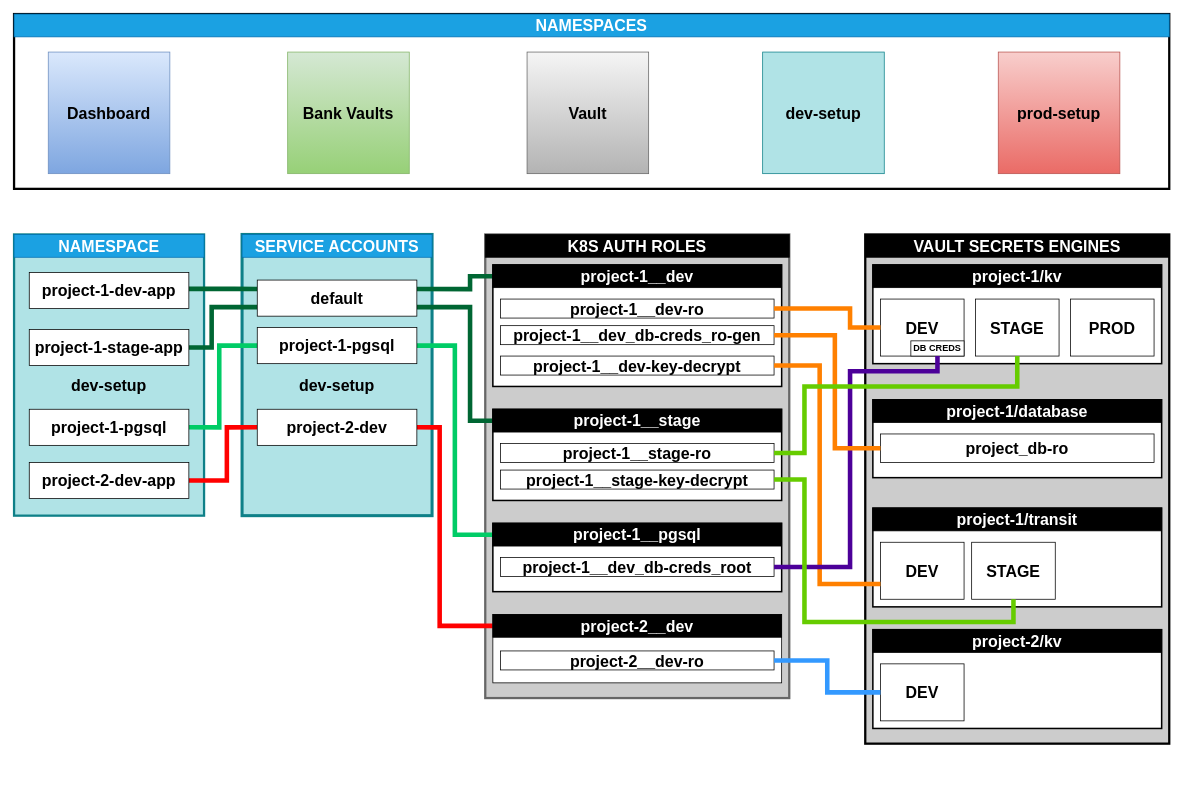
yura-shutkin/k8s-secrets-management keeps this draw.io diagram as docs/schemes/dev-setup.drawio. Above is the earlier version. Source tidied: cells renumbered, new cells numbered last; positions are measured from the earlier drawing's top-left corner, leaving out a move shared by most shapes. Both pictures are drawn from the tidied source at 76%, with x=0, y=0 at pixel (14, 14).
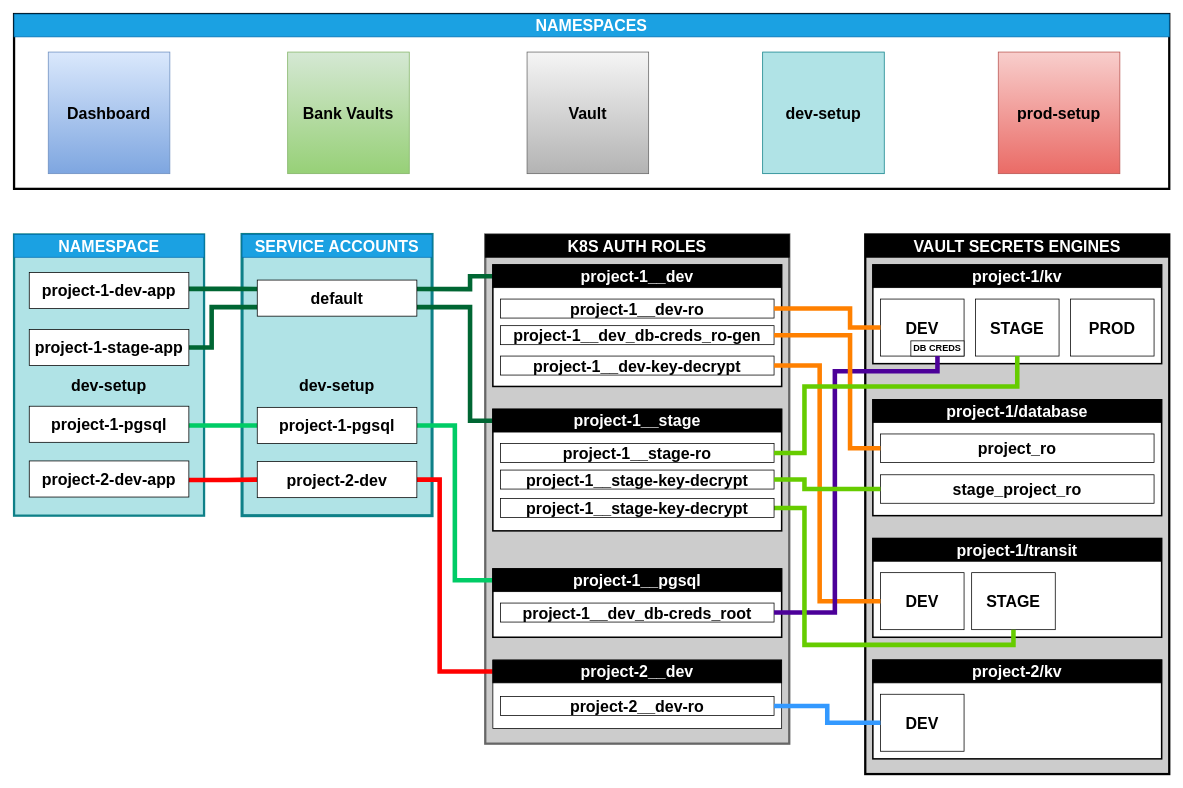
The same page after the edit.

Unchanged cells that the change refers to:
```xml
<mxCell id="26" value="DB CREDS" style="rounded=0;whiteSpace=wrap;html=1;fontStyle=1;" parent="1" vertex="1">
  <mxGeometry x="1180" y="430" width="70" height="20" as="geometry" />
</mxCell>
<mxCell id="43" value="project-1__dev_db-creds_ro-gen" style="rounded=0;whiteSpace=wrap;html=1;fontStyle=1;fontSize=21;" parent="1" vertex="1">
  <mxGeometry x="640" y="410" width="360" height="25" as="geometry" />
</mxCell>
<mxCell id="45" value="&lt;span class=&quot;pl-s&quot;&gt;project-1__stage-key-decrypt&lt;span class=&quot;pl-pds&quot;&gt;&lt;/span&gt;&lt;/span&gt;" style="rounded=0;whiteSpace=wrap;html=1;fontStyle=1;fontSize=21;" parent="1" vertex="1">
  <mxGeometry x="640" y="600" width="360" height="25" as="geometry" />
</mxCell>
<mxCell id="59" value="&lt;span class=&quot;pl-s&quot;&gt;project-1__dev-key-decrypt&lt;span class=&quot;pl-pds&quot;&gt;&lt;/span&gt;&lt;/span&gt;" style="rounded=0;whiteSpace=wrap;html=1;fontStyle=1;fontSize=21;" parent="1" vertex="1">
  <mxGeometry x="640" y="450" width="360" height="25" as="geometry" />
</mxCell>
```

The edit, as a diff of the source:
```diff
@@
     <mxCell id="12" style="rounded=0;whiteSpace=wrap;html=1;strokeWidth=3;fillColor=#CCCCCC;" parent="1" vertex="1">
-      <mxGeometry x="1120" y="290" width="400" height="670" as="geometry" />
+      <mxGeometry x="1120" y="290" width="400" height="710" as="geometry" />
     </mxCell>
@@
     <mxCell id="19" style="rounded=0;whiteSpace=wrap;html=1;strokeWidth=2;" parent="1" vertex="1">
-      <mxGeometry x="1130" y="810" width="380" height="130" as="geometry" />
+      <mxGeometry x="1130" y="850" width="380" height="130" as="geometry" />
     </mxCell>
     <mxCell id="20" value="project-2/kv" style="rounded=0;whiteSpace=wrap;html=1;fillColor=#000000;fontStyle=1;fontSize=21;fontColor=#FFFFFF;" parent="1" vertex="1">
-      <mxGeometry x="1130" y="810" width="380" height="30" as="geometry" />
+      <mxGeometry x="1130" y="850" width="380" height="30" as="geometry" />
     </mxCell>
     <mxCell id="21" value="DEV" style="rounded=0;whiteSpace=wrap;html=1;fontStyle=1;fontSize=21;" parent="1" vertex="1">
-      <mxGeometry x="1140" y="855" width="110" height="75" as="geometry" />
+      <mxGeometry x="1140" y="895" width="110" height="75" as="geometry" />
     </mxCell>
     <mxCell id="22" style="rounded=0;whiteSpace=wrap;html=1;strokeWidth=2;" parent="1" vertex="1">
-      <mxGeometry x="1130" y="650" width="380" height="130" as="geometry" />
+      <mxGeometry x="1130" y="690" width="380" height="130" as="geometry" />
     </mxCell>
     <mxCell id="23" value="project-1/transit" style="rounded=0;whiteSpace=wrap;html=1;fontStyle=1;fillColor=#000000;fontColor=#FFFFFF;fontSize=21;" parent="1" vertex="1">
-      <mxGeometry x="1130" y="650" width="380" height="30" as="geometry" />
+      <mxGeometry x="1130" y="690" width="380" height="30" as="geometry" />
     </mxCell>
     <mxCell id="24" value="DEV" style="rounded=0;whiteSpace=wrap;html=1;fontStyle=1;fontSize=21;" parent="1" vertex="1">
-      <mxGeometry x="1140" y="695" width="110" height="75" as="geometry" />
+      <mxGeometry x="1140" y="735" width="110" height="75" as="geometry" />
     </mxCell>
     <mxCell id="25" value="STAGE" style="rounded=0;whiteSpace=wrap;html=1;fontStyle=1;fontSize=21;" parent="1" vertex="1">
-      <mxGeometry x="1260" y="695" width="110" height="75" as="geometry" />
+      <mxGeometry x="1260" y="735" width="110" height="75" as="geometry" />
     </mxCell>
@@
     <mxCell id="28" style="rounded=0;whiteSpace=wrap;html=1;strokeWidth=3;strokeColor=#666666;fontColor=#333333;fillColor=#CCCCCC;" parent="1" vertex="1">
-      <mxGeometry x="620" y="290" width="400" height="610" as="geometry" />
+      <mxGeometry x="620" y="290" width="400" height="670" as="geometry" />
     </mxCell>
@@
     <mxCell id="35" style="rounded=0;whiteSpace=wrap;html=1;strokeWidth=2;" parent="1" vertex="1">
-      <mxGeometry x="630" y="520" width="380" height="120" as="geometry" />
+      <mxGeometry x="630" y="520" width="380" height="160" as="geometry" />
     </mxCell>
@@
     <mxCell id="37" style="edgeStyle=orthogonalEdgeStyle;rounded=0;jettySize=auto;html=1;exitX=0;exitY=0.5;exitDx=0;exitDy=0;entryX=1;entryY=0.5;entryDx=0;entryDy=0;fontSize=21;fontColor=#FFFFFF;endArrow=none;endFill=0;strokeWidth=6;strokeColor=#00CC66;" parent="1" edge="1" source="39" target="56">
       <mxGeometry relative="1" as="geometry">
         <Array as="points">
-          <mxPoint x="580" y="685" />
-          <mxPoint x="580" y="436" />
+          <mxPoint x="580" y="745" />
+          <mxPoint x="580" y="541" />
         </Array>
       </mxGeometry>
     </mxCell>
     <mxCell id="38" style="rounded=0;whiteSpace=wrap;html=1;strokeWidth=2;" parent="1" vertex="1">
-      <mxGeometry x="630" y="670" width="380" height="90" as="geometry" />
+      <mxGeometry x="630" y="730" width="380" height="90" as="geometry" />
     </mxCell>
     <mxCell id="39" value="project-1__pgsql" style="rounded=0;whiteSpace=wrap;html=1;fillColor=#000000;fontStyle=1;fontSize=21;fontColor=#FFFFFF;" parent="1" vertex="1">
-      <mxGeometry x="630" y="670" width="380" height="30" as="geometry" />
+      <mxGeometry x="630" y="730" width="380" height="30" as="geometry" />
     </mxCell>
     <mxCell id="40" style="edgeStyle=orthogonalEdgeStyle;rounded=0;jettySize=auto;html=1;exitX=0;exitY=0.5;exitDx=0;exitDy=0;entryX=1;entryY=0.5;entryDx=0;entryDy=0;fontSize=21;fontColor=#FFFFFF;endArrow=none;endFill=0;strokeWidth=6;strokeColor=#FF0000;" parent="1" edge="1" source="42" target="58">
       <mxGeometry relative="1" as="geometry">
         <Array as="points">
-          <mxPoint x="560" y="805" />
-          <mxPoint x="560" y="544" />
+          <mxPoint x="560" y="865" />
+          <mxPoint x="560" y="613" />
         </Array>
       </mxGeometry>
     </mxCell>
     <mxCell id="41" style="rounded=0;whiteSpace=wrap;html=1;" parent="1" vertex="1">
-      <mxGeometry x="630" y="790" width="380" height="90" as="geometry" />
+      <mxGeometry x="630" y="850" width="380" height="90" as="geometry" />
     </mxCell>
     <mxCell id="42" value="project-2__dev" style="rounded=0;whiteSpace=wrap;html=1;fillColor=#000000;fontStyle=1;fontSize=21;fontColor=#FFFFFF;" parent="1" vertex="1">
-      <mxGeometry x="630" y="790" width="380" height="30" as="geometry" />
+      <mxGeometry x="630" y="850" width="380" height="30" as="geometry" />
     </mxCell>
@@
     <mxCell id="46" value="&lt;span class=&quot;pl-s&quot;&gt;project-1__dev_db-creds_root&lt;span class=&quot;pl-pds&quot;&gt;&lt;/span&gt;&lt;/span&gt;" style="rounded=0;whiteSpace=wrap;html=1;fontStyle=1;fontSize=21;" parent="1" vertex="1">
-      <mxGeometry x="640" y="715" width="360" height="25" as="geometry" />
+      <mxGeometry x="640" y="775" width="360" height="25" as="geometry" />
     </mxCell>
     <mxCell id="47" value="&lt;span class=&quot;pl-s&quot;&gt;&lt;span class=&quot;pl-pds&quot;&gt;&lt;/span&gt;project-2__dev-ro&lt;/span&gt;" style="rounded=0;whiteSpace=wrap;html=1;fontStyle=1;fontSize=21;" parent="1" vertex="1">
-      <mxGeometry x="640" y="838" width="360" height="25" as="geometry" />
+      <mxGeometry x="640" y="898" width="360" height="25" as="geometry" />
     </mxCell>
@@
     <mxCell id="52" style="edgeStyle=orthogonalEdgeStyle;rounded=0;jettySize=auto;html=1;exitX=1;exitY=0.5;exitDx=0;exitDy=0;entryX=0;entryY=0.5;entryDx=0;entryDy=0;fontSize=21;fontColor=#FFFFFF;strokeWidth=6;endArrow=none;endFill=0;strokeColor=#00CC66;" parent="1" edge="1" source="53" target="56">
       <mxGeometry relative="1" as="geometry">
         <Array as="points">
-          <mxPoint x="270" y="544" />
-          <mxPoint x="270" y="436" />
+          <mxPoint x="230" y="541" />
         </Array>
       </mxGeometry>
     </mxCell>
     <mxCell id="53" value="project-1-pgsql" style="rounded=0;whiteSpace=wrap;html=1;fontSize=21;strokeWidth=1;fontStyle=1;" parent="1" vertex="1">
-      <mxGeometry x="20" y="520" width="210" height="47.5" as="geometry" />
+      <mxGeometry x="20" y="516" width="210" height="47.5" as="geometry" />
     </mxCell>
     <mxCell id="54" style="edgeStyle=orthogonalEdgeStyle;rounded=0;jettySize=auto;html=1;exitX=1;exitY=0.5;exitDx=0;exitDy=0;entryX=0;entryY=0.5;entryDx=0;entryDy=0;fontSize=21;fontColor=#FFFFFF;strokeWidth=6;endArrow=none;endFill=0;strokeColor=#FF0000;" parent="1" edge="1" source="55" target="58">
       <mxGeometry relative="1" as="geometry">
         <Array as="points">
-          <mxPoint x="280" y="614" />
-          <mxPoint x="280" y="544" />
+          <mxPoint x="230" y="613" />
+          <mxPoint x="280" y="613" />
         </Array>
       </mxGeometry>
     </mxCell>
     <mxCell id="55" value="project-2-dev-app" style="rounded=0;whiteSpace=wrap;html=1;fontSize=21;strokeWidth=1;fontStyle=1;" parent="1" vertex="1">
-      <mxGeometry x="20" y="590" width="210" height="47.5" as="geometry" />
+      <mxGeometry x="20" y="588" width="210" height="47.5" as="geometry" />
     </mxCell>
     <mxCell id="56" value="project-1-pgsql" style="rounded=0;whiteSpace=wrap;html=1;fontSize=21;strokeWidth=1;fontStyle=1;" parent="1" vertex="1">
-      <mxGeometry x="320" y="412.5" width="210" height="47.5" as="geometry" />
+      <mxGeometry x="320" y="517.5" width="210" height="47.5" as="geometry" />
     </mxCell>
@@
     <mxCell id="58" value="project-2-dev" style="rounded=0;whiteSpace=wrap;html=1;fontSize=21;strokeWidth=1;fontStyle=1;" parent="1" vertex="1">
-      <mxGeometry x="320" y="520" width="210" height="47.5" as="geometry" />
+      <mxGeometry x="320" y="588.8" width="210" height="47.5" as="geometry" />
     </mxCell>
@@
     <mxCell id="60" style="rounded=0;whiteSpace=wrap;html=1;strokeWidth=2;" parent="1" vertex="1">
-      <mxGeometry x="1130" y="507.5" width="380" height="102.5" as="geometry" />
+      <mxGeometry x="1130" y="507.5" width="380" height="152.5" as="geometry" />
     </mxCell>
@@
-    <mxCell id="62" value="project_db-ro" style="rounded=0;whiteSpace=wrap;html=1;fontStyle=1;fontSize=21;" parent="1" vertex="1">
+    <mxCell id="62" value="project_ro" style="rounded=0;whiteSpace=wrap;html=1;fontStyle=1;fontSize=21;" parent="1" vertex="1">
       <mxGeometry x="1140" y="552.5" width="360" height="37.5" as="geometry" />
     </mxCell>
-    <mxCell id="63" style="edgeStyle=orthogonalEdgeStyle;rounded=0;jettySize=auto;html=1;exitX=1;exitY=0.5;exitDx=0;exitDy=0;fontSize=21;fontColor=#FFFFFF;endArrow=none;endFill=0;strokeWidth=6;strokeColor=#FF8000;" parent="1" edge="1" source="59">
+    <mxCell id="63" style="edgeStyle=orthogonalEdgeStyle;rounded=0;jettySize=auto;html=1;exitX=1;exitY=0.5;exitDx=0;exitDy=0;fontSize=21;fontColor=#FFFFFF;endArrow=none;endFill=0;strokeWidth=6;strokeColor=#FF8000;entryX=0;entryY=0.5;entryDx=0;entryDy=0;" parent="1" edge="1" source="59" target="24">
       <mxGeometry relative="1" as="geometry">
-        <mxPoint x="1140" y="750" as="targetPoint" />
         <Array as="points">
           <mxPoint x="1060" y="463" />
-          <mxPoint x="1060" y="750" />
-          <mxPoint x="1140" y="750" />
+          <mxPoint x="1060" y="773" />
         </Array>
       </mxGeometry>
     </mxCell>
@@
     <mxCell id="65" style="edgeStyle=orthogonalEdgeStyle;rounded=0;jettySize=auto;html=1;exitX=1;exitY=0.5;exitDx=0;exitDy=0;entryX=0;entryY=0.5;entryDx=0;entryDy=0;fontSize=21;fontColor=#FFFFFF;endArrow=none;endFill=0;strokeWidth=6;strokeColor=#3399FF;" parent="1" edge="1" source="47" target="21">
       <mxGeometry relative="1" as="geometry">
         <Array as="points">
-          <mxPoint x="1070" y="850" />
-          <mxPoint x="1070" y="893" />
-          <mxPoint x="1140" y="893" />
+          <mxPoint x="1070" y="911" />
+          <mxPoint x="1070" y="933" />
         </Array>
       </mxGeometry>
     </mxCell>
     <mxCell id="66" style="edgeStyle=orthogonalEdgeStyle;rounded=0;jettySize=auto;html=1;exitX=1;exitY=0.5;exitDx=0;exitDy=0;entryX=0.5;entryY=1;entryDx=0;entryDy=0;fontSize=21;fontColor=#FFFFFF;endArrow=none;endFill=0;strokeWidth=6;strokeColor=#4C0099;" parent="1" edge="1" source="46" target="26">
       <mxGeometry relative="1" as="geometry">
         <Array as="points">
-          <mxPoint x="1100" y="728" />
-          <mxPoint x="1100" y="470" />
+          <mxPoint x="1080" y="788" />
+          <mxPoint x="1080" y="470" />
           <mxPoint x="1215" y="470" />
         </Array>
       </mxGeometry>
     </mxCell>
     <mxCell id="67" style="edgeStyle=orthogonalEdgeStyle;rounded=0;jettySize=auto;html=1;exitX=1;exitY=0.5;exitDx=0;exitDy=0;entryX=0;entryY=0.5;entryDx=0;entryDy=0;strokeColor=#FF8000;strokeWidth=6;endArrow=none;endFill=0;" parent="1" edge="1" source="43" target="62">
       <mxGeometry relative="1" as="geometry">
         <Array as="points">
-          <mxPoint x="1080" y="423" />
-          <mxPoint x="1080" y="571" />
+          <mxPoint x="1100" y="423" />
+          <mxPoint x="1100" y="571" />
         </Array>
       </mxGeometry>
     </mxCell>
-    <mxCell id="68" style="edgeStyle=orthogonalEdgeStyle;rounded=0;jettySize=auto;html=1;exitX=1;exitY=0.5;exitDx=0;exitDy=0;entryX=0.5;entryY=1;entryDx=0;entryDy=0;fontSize=21;fontColor=#FFFFFF;endArrow=none;endFill=0;strokeWidth=6;strokeColor=#66CC00;" parent="1" edge="1" source="45" target="25">
+    <mxCell id="68" style="edgeStyle=orthogonalEdgeStyle;rounded=0;jettySize=auto;html=1;exitX=1;exitY=0.5;exitDx=0;exitDy=0;entryX=0.5;entryY=1;entryDx=0;entryDy=0;fontSize=21;fontColor=#FFFFFF;endArrow=none;endFill=0;strokeWidth=6;strokeColor=#66CC00;" parent="1" edge="1" source="70" target="25">
       <mxGeometry relative="1" as="geometry">
         <Array as="points">
-          <mxPoint x="1040" y="613" />
-          <mxPoint x="1040" y="800" />
-          <mxPoint x="1315" y="800" />
+          <mxPoint x="1040" y="650" />
+          <mxPoint x="1040" y="830" />
+          <mxPoint x="1315" y="830" />
         </Array>
       </mxGeometry>
     </mxCell>
@@
+    <mxCell id="70" value="&lt;span class=&quot;pl-s&quot;&gt;project-1__stage-key-decrypt&lt;span class=&quot;pl-pds&quot;&gt;&lt;/span&gt;&lt;/span&gt;" style="rounded=0;whiteSpace=wrap;html=1;fontStyle=1;fontSize=21;" parent="1" vertex="1">
+      <mxGeometry x="640" y="637.5" width="360" height="25" as="geometry" />
+    </mxCell>
+    <mxCell id="71" value="stage_project_ro" style="rounded=0;whiteSpace=wrap;html=1;fontStyle=1;fontSize=21;" parent="1" vertex="1">
+      <mxGeometry x="1140" y="606.2" width="360" height="37.5" as="geometry" />
+    </mxCell>
+    <mxCell id="72" style="edgeStyle=orthogonalEdgeStyle;rounded=0;jettySize=auto;html=1;exitX=1;exitY=0.5;exitDx=0;exitDy=0;entryX=0;entryY=0.5;entryDx=0;entryDy=0;endArrow=none;endFill=0;strokeWidth=6;strokeColor=#66cc00;" parent="1" edge="1" source="45" target="71">
+      <mxGeometry relative="1" as="geometry">
+        <Array as="points">
+          <mxPoint x="1040" y="613" />
+          <mxPoint x="1040" y="625" />
+        </Array>
+      </mxGeometry>
+    </mxCell>
```
